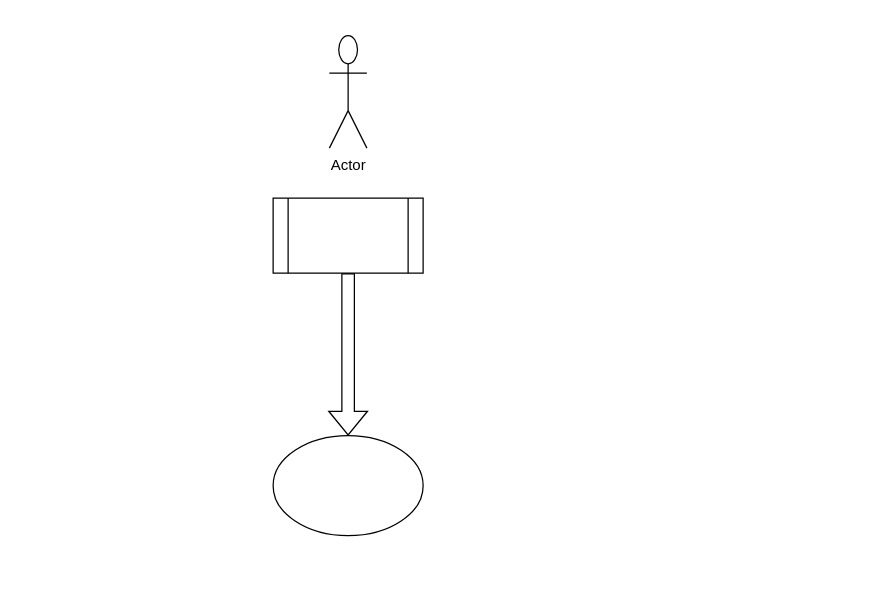
This is test.drawio from sourcelight/test_repo, a draw.io file, before an edit. Source tidied: cells renumbered, new cells numbered last; positions are measured from the earlier drawing's top-left corner, leaving out a move shared by most shapes. Both pictures are drawn from the tidied source at 125%, with x=0, y=0 at pixel (272, 35).
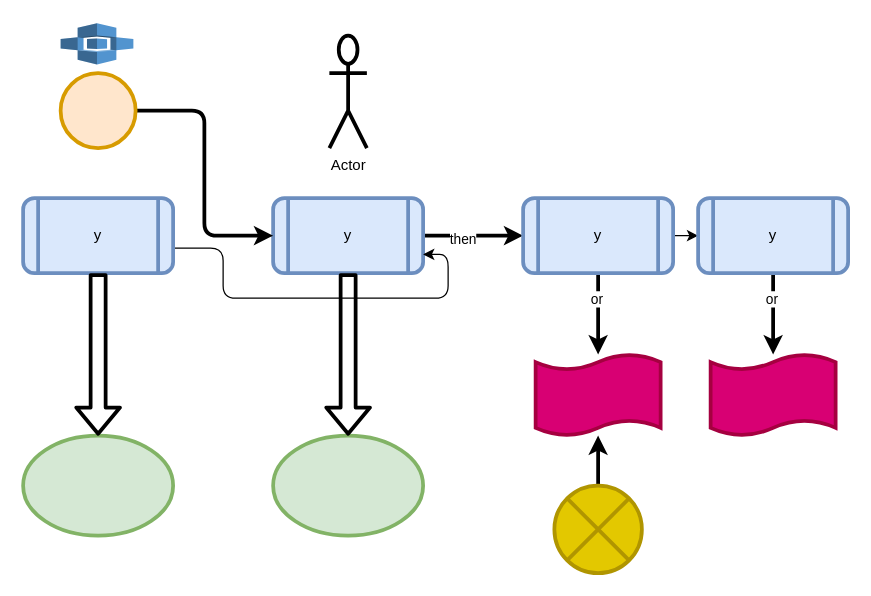
Above is the later version.

What changed in the source:
```diff
@@
+    <mxCell id="6" style="edgeStyle=orthogonalEdgeStyle;rounded=1;jettySize=auto;html=1;strokeWidth=3;shadow=0;" parent="1" edge="1" source="2" target="11">
+      <mxGeometry relative="1" as="geometry" />
+    </mxCell>
+    <mxCell id="7" value="then" style="edgeLabel;html=1;align=center;verticalAlign=middle;" parent="6" vertex="1">
+      <mxGeometry x="-0.22" y="-2" relative="1" as="geometry" />
+    </mxCell>
-    <mxCell id="2" style="shape=process;whiteSpace=wrap;html=1;backgroundOutline=1;" parent="1" vertex="1">
+    <mxCell id="2" value="y" style="shape=process;whiteSpace=wrap;html=1;backgroundOutline=1;fillColor=#dae8fc;strokeColor=#6c8ebf;rounded=1;strokeWidth=3;shadow=0;" parent="1" vertex="1">
       <mxGeometry y="130" width="120" height="60" as="geometry" />
     </mxCell>
-    <mxCell id="3" style="ellipse;whiteSpace=wrap;html=1;" parent="1" vertex="1">
+    <mxCell id="3" style="ellipse;whiteSpace=wrap;html=1;fillColor=#d5e8d4;strokeColor=#82b366;rounded=1;strokeWidth=3;shadow=0;" parent="1" vertex="1">
       <mxGeometry y="320" width="120" height="80" as="geometry" />
     </mxCell>
-    <mxCell id="4" style="shape=flexArrow;endArrow=classic;html=1;rounded=0;exitX=0.5;exitY=1;exitDx=0;exitDy=0;entryX=0.5;entryY=0;entryDx=0;entryDy=0;" parent="1" edge="1" source="2" target="3">
+    <mxCell id="4" style="shape=flexArrow;endArrow=classic;html=1;rounded=1;exitX=0.5;exitY=1;exitDx=0;exitDy=0;entryX=0.5;entryY=0;entryDx=0;entryDy=0;strokeWidth=3;shadow=0;" parent="1" edge="1" source="2" target="3">
       <mxGeometry relative="1" as="geometry" />
     </mxCell>
-    <mxCell id="5" value="Actor" style="shape=umlActor;verticalLabelPosition=bottom;verticalAlign=top;html=1;" parent="1" vertex="1">
+    <mxCell id="5" value="Actor" style="shape=umlActor;verticalLabelPosition=bottom;verticalAlign=top;html=1;rounded=1;strokeWidth=3;shadow=0;" parent="1" vertex="1">
       <mxGeometry x="45" width="30" height="90" as="geometry" />
     </mxCell>
+    <mxCell id="8" style="edgeStyle=orthogonalEdgeStyle;rounded=1;jettySize=auto;html=1;strokeWidth=3;shadow=0;" parent="1" edge="1" source="11" target="12">
+      <mxGeometry relative="1" as="geometry" />
+    </mxCell>
+    <mxCell id="9" value="or" style="edgeLabel;html=1;align=center;verticalAlign=middle;" parent="8" vertex="1">
+      <mxGeometry x="-0.38" y="-2" relative="1" as="geometry" />
+    </mxCell>
+    <mxCell id="10" style="edgeStyle=orthogonalEdgeStyle;rounded=1;jettySize=auto;html=1;exitX=1;exitY=0.5;exitDx=0;exitDy=0;entryX=0;entryY=0.5;entryDx=0;entryDy=0;" parent="1" edge="1" source="11" target="24">
+      <mxGeometry relative="1" as="geometry" />
+    </mxCell>
+    <mxCell id="11" value="y" style="shape=process;whiteSpace=wrap;html=1;backgroundOutline=1;fillColor=#dae8fc;strokeColor=#6c8ebf;rounded=1;strokeWidth=3;shadow=0;" parent="1" vertex="1">
+      <mxGeometry x="200" y="130" width="120" height="60" as="geometry" />
+    </mxCell>
+    <mxCell id="12" style="shape=tape;whiteSpace=wrap;html=1;strokeWidth=3;size=0.19;fillColor=#d80073;fontColor=#ffffff;strokeColor=#A50040;rounded=1;shadow=0;" parent="1" vertex="1">
+      <mxGeometry x="210" y="255" width="100" height="65" as="geometry" />
+    </mxCell>
+    <mxCell id="13" style="edgeStyle=orthogonalEdgeStyle;rounded=1;jettySize=auto;html=1;strokeWidth=3;shadow=0;" parent="1" edge="1" source="14" target="12">
+      <mxGeometry relative="1" as="geometry" />
+    </mxCell>
+    <mxCell id="14" style="verticalLabelPosition=bottom;verticalAlign=top;html=1;shape=mxgraph.flowchart.or;fillColor=#e3c800;fontColor=#000000;strokeColor=#B09500;rounded=1;strokeWidth=3;shadow=0;" parent="1" vertex="1">
+      <mxGeometry x="225" y="360" width="70" height="70" as="geometry" />
+    </mxCell>
+    <mxCell id="15" style="edgeStyle=orthogonalEdgeStyle;rounded=1;jettySize=auto;html=1;entryX=0;entryY=0.5;entryDx=0;entryDy=0;strokeWidth=3;shadow=0;" parent="1" edge="1" source="16" target="2">
+      <mxGeometry relative="1" as="geometry" />
+    </mxCell>
+    <mxCell id="16" style="verticalLabelPosition=bottom;verticalAlign=top;html=1;shape=mxgraph.flowchart.on-page_reference;fillColor=#ffe6cc;strokeColor=#d79b00;rounded=1;strokeWidth=3;shadow=0;" parent="1" vertex="1">
+      <mxGeometry x="-170" y="30" width="60" height="60" as="geometry" />
+    </mxCell>
+    <mxCell id="17" style="dashed=0;verticalLabelPosition=bottom;verticalAlign=top;align=center;html=1;shape=mxgraph.aws3.greengrass;fillColor=#5294CF;gradientColor=none;rounded=1;strokeWidth=3;shadow=0;" parent="1" vertex="1">
+      <mxGeometry x="-170" y="-10" width="58.2" height="33" as="geometry" />
+    </mxCell>
+    <mxCell id="18" style="edgeStyle=orthogonalEdgeStyle;rounded=1;jettySize=auto;html=1;entryX=1;entryY=0.75;entryDx=0;entryDy=0;" parent="1" edge="1" source="19" target="2">
+      <mxGeometry relative="1" as="geometry">
+        <Array as="points">
+          <mxPoint x="-40" y="170" />
+          <mxPoint x="-40" y="210" />
+          <mxPoint x="140" y="210" />
+          <mxPoint x="140" y="175" />
+        </Array>
+      </mxGeometry>
+    </mxCell>
+    <mxCell id="19" value="y" style="shape=process;whiteSpace=wrap;html=1;backgroundOutline=1;fillColor=#dae8fc;strokeColor=#6c8ebf;rounded=1;strokeWidth=3;shadow=0;" parent="1" vertex="1">
+      <mxGeometry x="-200" y="130" width="120" height="60" as="geometry" />
+    </mxCell>
+    <mxCell id="20" style="ellipse;whiteSpace=wrap;html=1;fillColor=#d5e8d4;strokeColor=#82b366;rounded=1;strokeWidth=3;shadow=0;" parent="1" vertex="1">
+      <mxGeometry x="-200" y="320" width="120" height="80" as="geometry" />
+    </mxCell>
+    <mxCell id="21" style="shape=flexArrow;endArrow=classic;html=1;rounded=1;exitX=0.5;exitY=1;exitDx=0;exitDy=0;entryX=0.5;entryY=0;entryDx=0;entryDy=0;strokeWidth=3;shadow=0;" parent="1" edge="1" source="19" target="20">
+      <mxGeometry relative="1" as="geometry" />
+    </mxCell>
+    <mxCell id="22" style="edgeStyle=orthogonalEdgeStyle;rounded=1;jettySize=auto;html=1;strokeWidth=3;shadow=0;" parent="1" edge="1" source="24" target="25">
+      <mxGeometry relative="1" as="geometry" />
+    </mxCell>
+    <mxCell id="23" value="or" style="edgeLabel;html=1;align=center;verticalAlign=middle;" parent="22" vertex="1">
+      <mxGeometry x="-0.38" y="-2" relative="1" as="geometry" />
+    </mxCell>
+    <mxCell id="24" value="y" style="shape=process;whiteSpace=wrap;html=1;backgroundOutline=1;fillColor=#dae8fc;strokeColor=#6c8ebf;rounded=1;strokeWidth=3;shadow=0;" parent="1" vertex="1">
+      <mxGeometry x="340" y="130" width="120" height="60" as="geometry" />
+    </mxCell>
+    <mxCell id="25" style="shape=tape;whiteSpace=wrap;html=1;strokeWidth=3;size=0.19;fillColor=#d80073;fontColor=#ffffff;strokeColor=#A50040;rounded=1;shadow=0;" parent="1" vertex="1">
+      <mxGeometry x="350" y="255" width="100" height="65" as="geometry" />
+    </mxCell>
```
